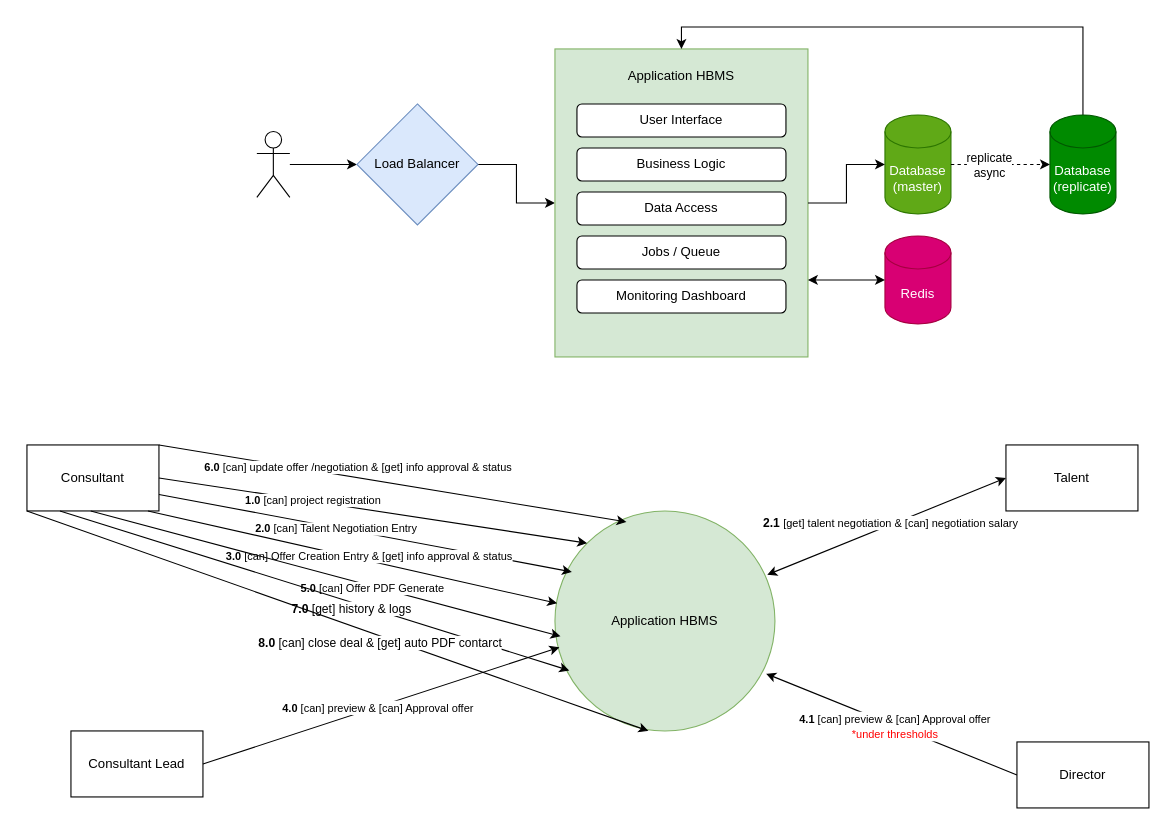
Earlier version of the draw.io diagram HBMS new HLD.drawio (Logique-ID/.github). Source tidied: cells renumbered, new cells numbered last; positions are measured from the earlier drawing's top-left corner, leaving out a move shared by most shapes. Both pictures are drawn from the tidied source at 110%, with x=0, y=0 at pixel (26, 26).
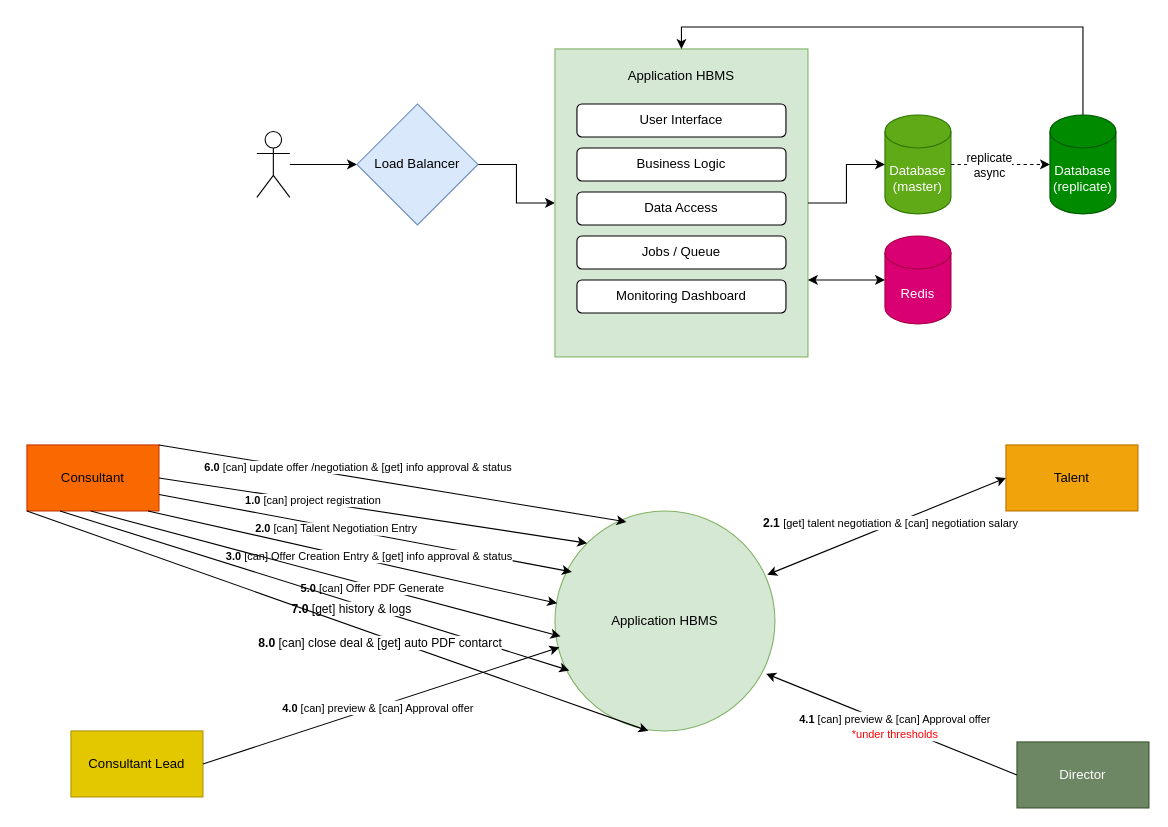
The same diagram, later.

Change to the diagram source:
```diff
@@
-    <mxCell id="20" value="Consultant" style="rounded=0;whiteSpace=wrap;html=1;" parent="1" vertex="1">
+    <mxCell id="20" value="Consultant" style="rounded=0;whiteSpace=wrap;html=1;fillColor=#fa6800;fontColor=#000000;strokeColor=#C73500;" parent="1" vertex="1">
       <mxGeometry y="380" width="120" height="60" as="geometry" />
     </mxCell>
@@
-    <mxCell id="22" value="Talent" style="rounded=0;whiteSpace=wrap;html=1;" parent="1" vertex="1">
+    <mxCell id="22" value="Talent" style="rounded=0;whiteSpace=wrap;html=1;fillColor=#f0a30a;fontColor=#000000;strokeColor=#BD7000;" parent="1" vertex="1">
       <mxGeometry x="890" y="380" width="120" height="60" as="geometry" />
     </mxCell>
-    <mxCell id="23" value="Consultant Lead" style="rounded=0;whiteSpace=wrap;html=1;" parent="1" vertex="1">
+    <mxCell id="23" value="Consultant Lead" style="rounded=0;whiteSpace=wrap;html=1;fillColor=#e3c800;fontColor=#000000;strokeColor=#B09500;" parent="1" vertex="1">
       <mxGeometry x="40" y="640" width="120" height="60" as="geometry" />
     </mxCell>
-    <mxCell id="24" value="Director" style="rounded=0;whiteSpace=wrap;html=1;" parent="1" vertex="1">
+    <mxCell id="24" value="Director" style="rounded=0;whiteSpace=wrap;html=1;fillColor=#6d8764;fontColor=#ffffff;strokeColor=#3A5431;" parent="1" vertex="1">
       <mxGeometry x="900" y="650" width="120" height="60" as="geometry" />
     </mxCell>
```
